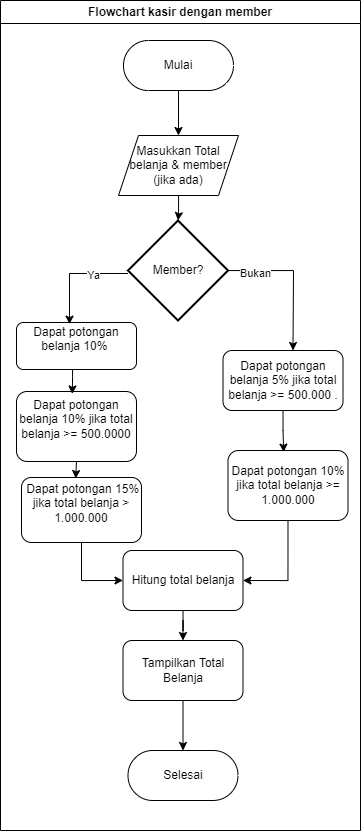
This is Pertemuan1_0029/tugas premprog web 2.drawio.png from Staginoir/tugaspemprogramanweb2, a draw.io export, as it was before one commit. Source tidied: cells renumbered, new cells last; positions are measured from the earlier drawing's top-left corner, leaving out a move shared by most shapes.
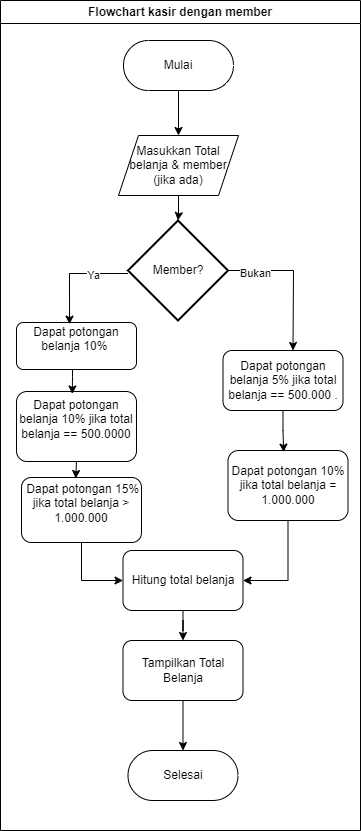
Above is the later version.

What changed in the source:
```diff
@@ -25,13 +25,13 @@
     <mxCell id="8" style="edgeStyle=orthogonalEdgeStyle;rounded=0;jettySize=auto;html=1;entryX=0;entryY=0.5;entryDx=0;entryDy=0;exitX=0.5;exitY=1;exitDx=0;exitDy=0;" parent="2" edge="1" source="17" target="13">
       <mxGeometry relative="1" as="geometry" />
     </mxCell>
-    <mxCell id="9" value="Dapat potongan belanja 10% jika total belanja &amp;gt;= 500.0000&lt;div&gt;&lt;br&gt;&lt;/div&gt;" style="rounded=1;whiteSpace=wrap;html=1;" parent="2" vertex="1">
+    <mxCell id="9" value="Dapat potongan belanja 10% jika total belanja == 500.0000&lt;div&gt;&lt;br&gt;&lt;/div&gt;" style="rounded=1;whiteSpace=wrap;html=1;" parent="2" vertex="1">
       <mxGeometry x="16" y="391" width="120" height="70" as="geometry" />
     </mxCell>
     <mxCell id="10" style="edgeStyle=orthogonalEdgeStyle;rounded=0;jettySize=auto;html=1;entryX=1;entryY=0.5;entryDx=0;entryDy=0;exitX=0.5;exitY=1;exitDx=0;exitDy=0;" parent="2" edge="1" source="18" target="13">
       <mxGeometry relative="1" as="geometry" />
     </mxCell>
-    <mxCell id="11" value="Dapat potongan belanja 5% jika total belanja &amp;gt;= 500.000 ." style="rounded=1;whiteSpace=wrap;html=1;" parent="2" vertex="1">
+    <mxCell id="11" value="Dapat potongan belanja 5% jika total belanja == 500.000 ." style="rounded=1;whiteSpace=wrap;html=1;" parent="2" vertex="1">
       <mxGeometry x="222.5" y="350" width="120" height="60" as="geometry" />
     </mxCell>
     <mxCell id="12" style="edgeStyle=orthogonalEdgeStyle;rounded=0;jettySize=auto;html=1;entryX=0.5;entryY=0;entryDx=0;entryDy=0;" parent="2" edge="1" source="13" target="14">
@@ -52,7 +52,7 @@
     <mxCell id="17" value="&amp;nbsp;Dapat potongan 15% jika total belanja &amp;gt; 1.000.000&lt;div&gt;&lt;br&gt;&lt;/div&gt;" style="rounded=1;whiteSpace=wrap;html=1;" parent="2" vertex="1">
       <mxGeometry x="21" y="477" width="120" height="65" as="geometry" />
     </mxCell>
-    <mxCell id="18" value="Dapat potongan 10% jika total belanja &amp;gt;= 1.000.000" style="rounded=1;whiteSpace=wrap;html=1;" parent="2" vertex="1">
+    <mxCell id="18" value="Dapat potongan 10% jika total belanja = 1.000.000" style="rounded=1;whiteSpace=wrap;html=1;" parent="2" vertex="1">
       <mxGeometry x="227.5" y="450" width="120" height="70" as="geometry" />
     </mxCell>
     <mxCell id="19" style="edgeStyle=orthogonalEdgeStyle;rounded=0;jettySize=auto;html=1;entryX=0.464;entryY=0.023;entryDx=0;entryDy=0;entryPerimeter=0;" parent="2" edge="1" source="11" target="18">
```
